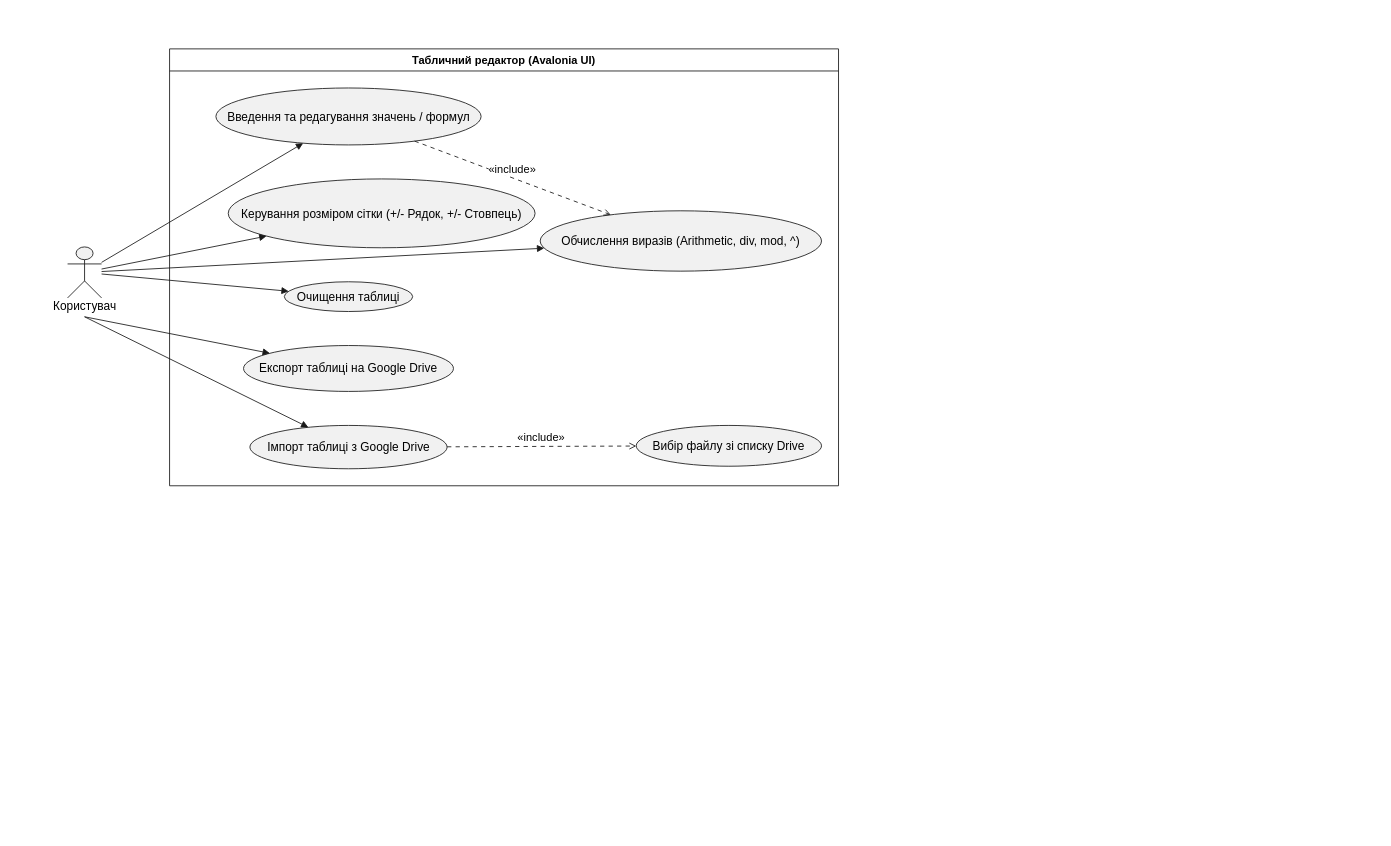
zirolio-ctrl/opp-lab-1-zirolio-ctrl keeps this draw.io diagram as page "Страница-1" (1 of 3) of Diagrams.drawio. Above is the earlier version. Source tidied: cells renumbered, new cells numbered last; positions are measured from the earlier drawing's top-left corner, leaving out a move shared by most shapes. Both pictures are drawn from the tidied source at 85%, with x=0, y=0 at pixel (42, 14).
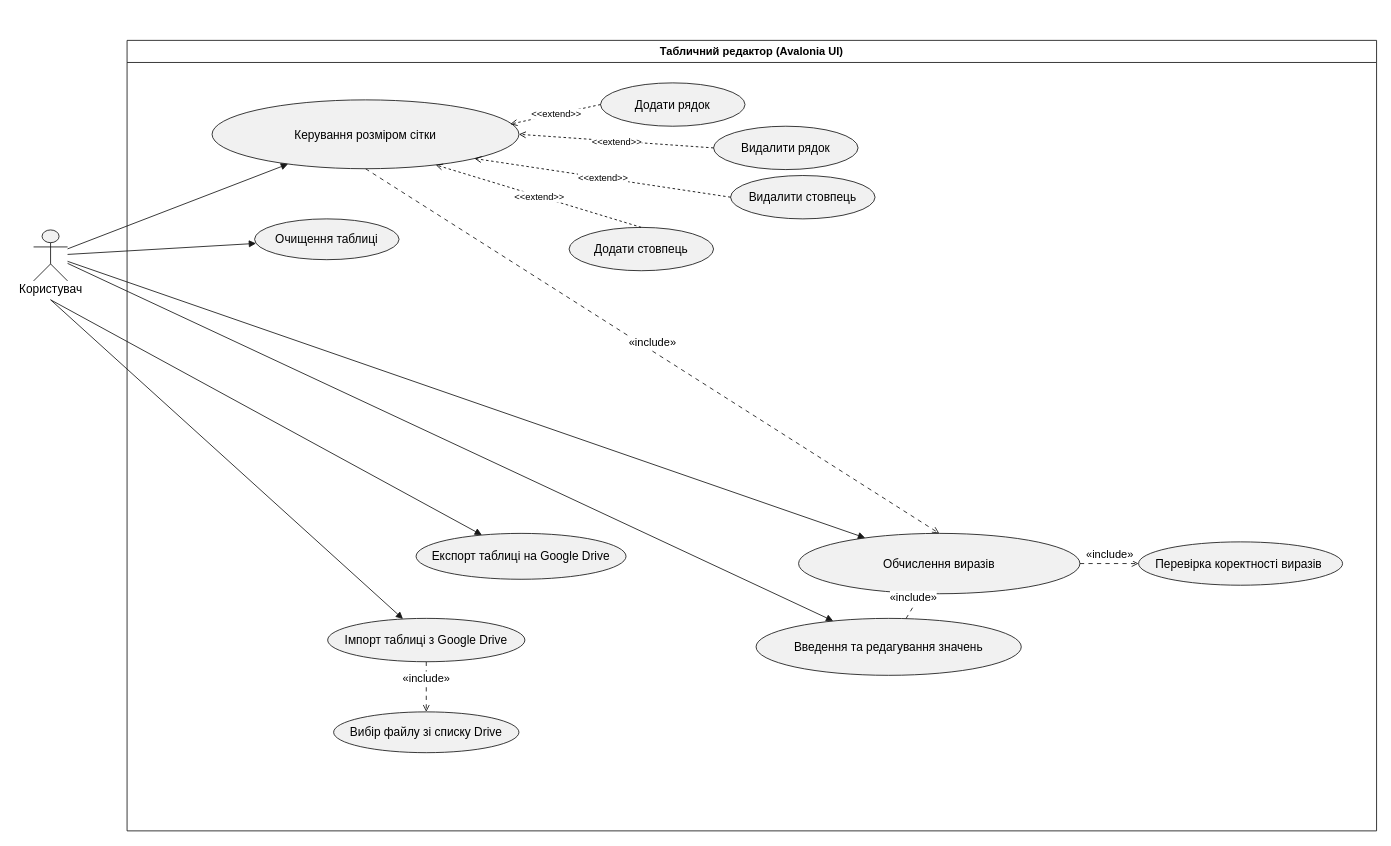
The same diagram, later.

The change refers to these unchanged cells:
```xml
<mxCell id="2" style="group;transparentBounds=1;editIcon=1;lockedGroup=0;groupPadding=10;" parent="1" vertex="1">
  <mxGeometry as="geometry" />
</mxCell>
```

The edit, as a diff of the source:
```diff
@@
     <mxCell id="3" value="Табличний редактор (Avalonia UI)" style="swimlane;startSize=26;fillColor=none;strokeColor=#181818;fontColor=#000000;fontSize=13;fontStyle=1;whiteSpace=wrap;" parent="2" vertex="1">
-      <mxGeometry x="150" y="40" width="787" height="514" as="geometry" />
+      <mxGeometry x="100" y="30" width="1470" height="930" as="geometry" />
     </mxCell>
-    <mxCell id="4" value="Введення та редагування значень / формул" style="ellipse;html=1;fillColor=#F1F1F1;strokeColor=#181818;whiteSpace=wrap;fontColor=#000000;fontSize=14;" parent="3" vertex="1">
-      <mxGeometry x="54.5" y="46" width="312" height="67" as="geometry" />
+    <mxCell id="4" value="Введення та редагування значень" style="ellipse;html=1;fillColor=#F1F1F1;strokeColor=#181818;whiteSpace=wrap;fontColor=#000000;fontSize=14;" parent="3" vertex="1">
+      <mxGeometry x="740" y="680" width="312" height="67" as="geometry" />
     </mxCell>
-    <mxCell id="5" value="Керування розміром сітки (+/- Рядок, +/- Стовпець)" style="ellipse;html=1;fillColor=#F1F1F1;strokeColor=#181818;whiteSpace=wrap;fontColor=#000000;fontSize=14;" parent="3" vertex="1">
-      <mxGeometry x="69" y="153" width="361" height="81" as="geometry" />
+    <mxCell id="5" value="Керування розміром сітки" style="ellipse;html=1;fillColor=#F1F1F1;strokeColor=#181818;whiteSpace=wrap;fontColor=#000000;fontSize=14;" parent="3" vertex="1">
+      <mxGeometry x="100" y="70" width="361" height="81" as="geometry" />
     </mxCell>
     <mxCell id="6" value="Очищення таблиці" style="ellipse;html=1;fillColor=#F1F1F1;strokeColor=#181818;whiteSpace=wrap;fontColor=#000000;fontSize=14;" parent="3" vertex="1">
-      <mxGeometry x="135" y="274" width="151" height="35" as="geometry" />
+      <mxGeometry x="150" y="210" width="170" height="48" as="geometry" />
     </mxCell>
     <mxCell id="7" value="Експорт таблиці на Google Drive" style="ellipse;html=1;fillColor=#F1F1F1;strokeColor=#181818;whiteSpace=wrap;fontColor=#000000;fontSize=14;" parent="3" vertex="1">
-      <mxGeometry x="87" y="349" width="247" height="54" as="geometry" />
+      <mxGeometry x="340" y="580" width="247" height="54" as="geometry" />
     </mxCell>
     <mxCell id="8" value="Імпорт таблиці з Google Drive" style="ellipse;html=1;fillColor=#F1F1F1;strokeColor=#181818;whiteSpace=wrap;fontColor=#000000;fontSize=14;" parent="3" vertex="1">
-      <mxGeometry x="94.5" y="443" width="232" height="51" as="geometry" />
+      <mxGeometry x="236" y="680" width="232" height="51" as="geometry" />
     </mxCell>
-    <mxCell id="9" value="Обчислення виразів (Arithmetic, div, mod, ^)" style="ellipse;html=1;fillColor=#F1F1F1;strokeColor=#181818;whiteSpace=wrap;fontColor=#000000;fontSize=14;" parent="3" vertex="1">
-      <mxGeometry x="436" y="190.5" width="331" height="71" as="geometry" />
+    <mxCell id="9" value="Обчислення виразів" style="ellipse;html=1;fillColor=#F1F1F1;strokeColor=#181818;whiteSpace=wrap;fontColor=#000000;fontSize=14;" parent="3" vertex="1">
+      <mxGeometry x="790" y="580" width="331" height="71" as="geometry" />
     </mxCell>
     <mxCell id="10" value="Вибір файлу зі списку Drive" style="ellipse;html=1;fillColor=#F1F1F1;strokeColor=#181818;whiteSpace=wrap;fontColor=#000000;fontSize=14;" parent="3" vertex="1">
-      <mxGeometry x="549" y="443" width="218" height="48" as="geometry" />
+      <mxGeometry x="243" y="790" width="218" height="48" as="geometry" />
     </mxCell>
@@
+    <mxCell id="21" value="Додати рядок" style="ellipse;html=1;fillColor=#F1F1F1;strokeColor=#181818;whiteSpace=wrap;fontColor=#000000;fontSize=14;" parent="3" vertex="1">
+      <mxGeometry x="557" y="50" width="170" height="51" as="geometry" />
+    </mxCell>
+    <mxCell id="22" value="Видалити рядок" style="ellipse;html=1;fillColor=#F1F1F1;strokeColor=#181818;whiteSpace=wrap;fontColor=#000000;fontSize=14;" parent="3" vertex="1">
+      <mxGeometry x="690" y="101" width="170" height="51" as="geometry" />
+    </mxCell>
+    <mxCell id="23" value="Додати стовпець" style="ellipse;html=1;fillColor=#F1F1F1;strokeColor=#181818;whiteSpace=wrap;fontColor=#000000;fontSize=14;" parent="3" vertex="1">
+      <mxGeometry x="520" y="220" width="170" height="51" as="geometry" />
+    </mxCell>
+    <mxCell id="24" value="Видалити стовпець" style="ellipse;html=1;fillColor=#F1F1F1;strokeColor=#181818;whiteSpace=wrap;fontColor=#000000;fontSize=14;" parent="3" vertex="1">
+      <mxGeometry x="710" y="159" width="170" height="51" as="geometry" />
+    </mxCell>
+    <mxCell id="25" style="endArrow=open;html=1;rounded=0;defaultLabelBackgroundColor=page;dashed=1;entryX=0.729;entryY=0.945;entryDx=0;entryDy=0;entryPerimeter=0;exitX=0.5;exitY=0;exitDx=0;exitDy=0;endFill=0;" parent="3" edge="1" source="23" target="5">
+      <mxGeometry relative="1" as="geometry" />
+    </mxCell>
+    <mxCell id="26" value="&amp;lt;&amp;lt;extend&amp;gt;&amp;gt;" style="edgeLabel;html=1;inheritText=1;align=center;verticalAlign=middle;defaultLabelBackgroundColor=page;" parent="25" vertex="1">
+      <mxGeometry relative="1" as="geometry" />
+    </mxCell>
+    <mxCell id="27" style="endArrow=open;html=1;rounded=0;defaultLabelBackgroundColor=page;dashed=1;entryX=1;entryY=1;entryDx=0;entryDy=0;exitX=0;exitY=0.5;exitDx=0;exitDy=0;endFill=0;" parent="3" edge="1" source="24" target="5">
+      <mxGeometry relative="1" as="geometry" />
+    </mxCell>
+    <mxCell id="28" value="&amp;lt;&amp;lt;extend&amp;gt;&amp;gt;" style="edgeLabel;html=1;inheritText=1;align=center;verticalAlign=middle;defaultLabelBackgroundColor=page;" parent="27" vertex="1">
+      <mxGeometry relative="1" as="geometry" />
+    </mxCell>
+    <mxCell id="29" style="endArrow=open;html=1;rounded=0;defaultLabelBackgroundColor=page;dashed=1;entryX=1;entryY=0.5;entryDx=0;entryDy=0;exitX=0;exitY=0.5;exitDx=0;exitDy=0;endFill=0;" parent="3" edge="1" source="22" target="5">
+      <mxGeometry relative="1" as="geometry" />
+    </mxCell>
+    <mxCell id="30" value="&amp;lt;&amp;lt;extend&amp;gt;&amp;gt;" style="edgeLabel;html=1;inheritText=1;align=center;verticalAlign=middle;defaultLabelBackgroundColor=page;" parent="29" vertex="1">
+      <mxGeometry relative="1" as="geometry" />
+    </mxCell>
+    <mxCell id="31" style="endArrow=open;html=1;rounded=0;defaultLabelBackgroundColor=page;dashed=1;entryX=0.972;entryY=0.352;entryDx=0;entryDy=0;exitX=0;exitY=0.5;exitDx=0;exitDy=0;endFill=0;entryPerimeter=0;" parent="3" edge="1" source="21" target="5">
+      <mxGeometry relative="1" as="geometry" />
+    </mxCell>
+    <mxCell id="32" value="&amp;lt;&amp;lt;extend&amp;gt;&amp;gt;" style="edgeLabel;html=1;inheritText=1;align=center;verticalAlign=middle;defaultLabelBackgroundColor=page;" parent="31" vertex="1">
+      <mxGeometry relative="1" as="geometry" />
+    </mxCell>
+    <mxCell id="33" value="Перевірка коректності виразів&amp;nbsp;" style="ellipse;html=1;fillColor=#F1F1F1;strokeColor=#181818;whiteSpace=wrap;fontColor=#000000;fontSize=14;" parent="3" vertex="1">
+      <mxGeometry x="1190" y="590" width="240" height="51" as="geometry" />
+    </mxCell>
+    <mxCell id="34" value="«include»" style="endArrow=open;dashed=1;dashPattern=5 5;strokeColor=#181818;fontColor=#000000;fontSize=13;edgeStyle=none;rounded=0;html=1;verticalAlign=bottom;curved=0;endSize=6;sourcePerimeterSpacing=0;targetPerimeterSpacing=0;exitX=1;exitY=0.5;exitDx=0;exitDy=0;entryX=0;entryY=0.5;entryDx=0;entryDy=0;" parent="3" edge="1" source="9" target="33">
+      <mxGeometry relative="1" as="geometry" />
+    </mxCell>
+    <mxCell id="35" value="«include»" style="endArrow=open;dashed=1;dashPattern=5 5;strokeColor=#181818;fontColor=#000000;fontSize=13;edgeStyle=none;rounded=0;html=1;verticalAlign=bottom;curved=0;endSize=6;sourcePerimeterSpacing=0;targetPerimeterSpacing=0;entryX=0.5;entryY=0;entryDx=0;entryDy=0;exitX=0.5;exitY=1;exitDx=0;exitDy=0;" parent="3" edge="1" source="5" target="9">
+      <mxGeometry relative="1" as="geometry" />
+    </mxCell>
     <mxCell id="13" style="shape=umlActor;html=1;fillColor=#F1F1F1;strokeColor=#181818;fontColor=#000000;fontSize=14;" parent="2" vertex="1">
-      <mxGeometry x="30" y="273" width="40" height="60" as="geometry" />
+      <mxGeometry x="-10" y="253" width="40" height="60" as="geometry" />
     </mxCell>
```
